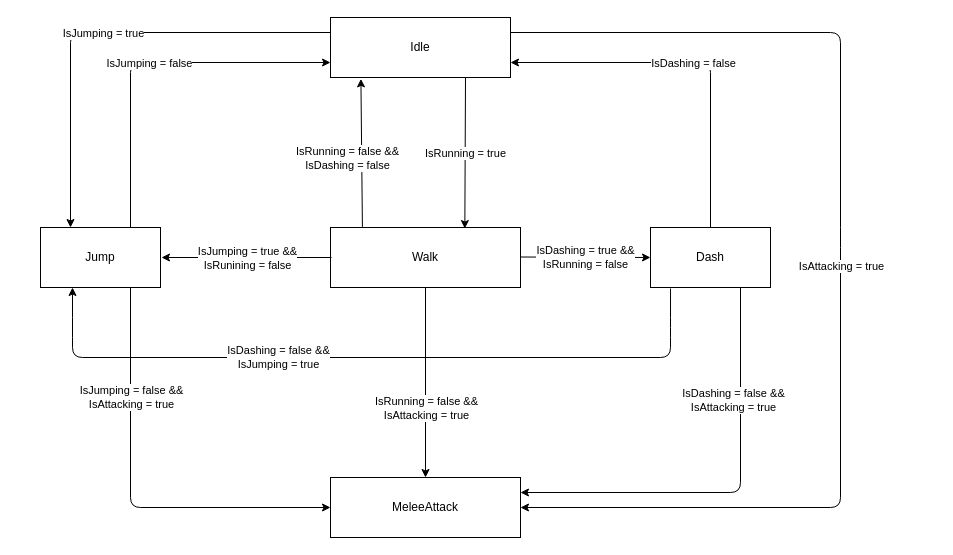
Above: Assets/Resources/PlayerStateTransitionDiagram.drawio in tai-engineer/SuperMarioClone (draw.io), before the change. Source tidied: cells renumbered, new cells numbered last; positions are measured from the earlier drawing's top-left corner, leaving out a move shared by most shapes. Both pictures are drawn from the tidied source at 100%, with x=0, y=0 at pixel (40, 17).
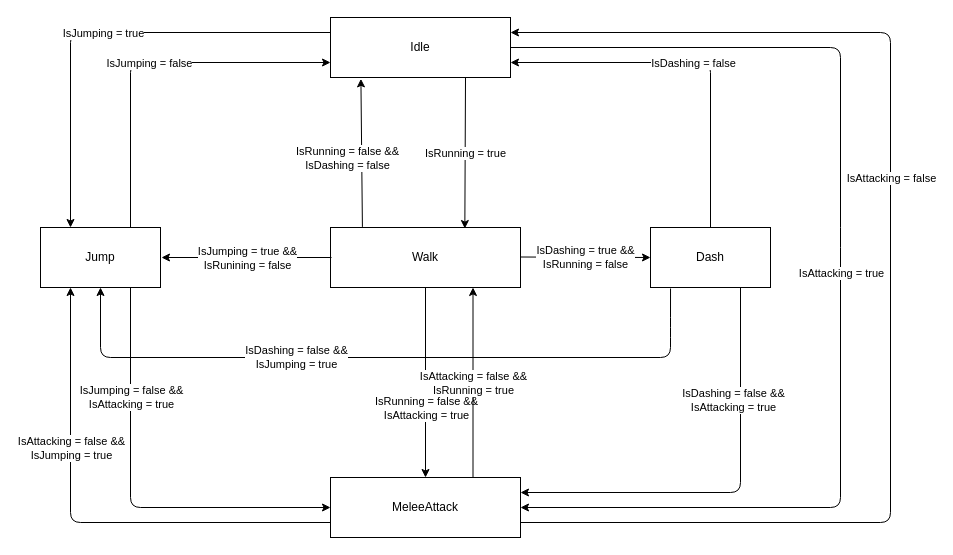
After the change.

The change refers to these unchanged cells:
```xml
<mxCell id="2" value="Walk" style="rounded=0;whiteSpace=wrap;html=1;" parent="1" vertex="1">
  <mxGeometry x="290" y="210" width="190" height="60" as="geometry" />
</mxCell>
<mxCell id="3" value="Idle" style="rounded=0;whiteSpace=wrap;html=1;" parent="1" vertex="1">
  <mxGeometry x="290" width="180" height="60" as="geometry" />
</mxCell>
<mxCell id="4" value="Jump" style="rounded=0;whiteSpace=wrap;html=1;" parent="1" vertex="1">
  <mxGeometry y="210" width="120" height="60" as="geometry" />
</mxCell>
<mxCell id="5" value="Dash" style="rounded=0;whiteSpace=wrap;html=1;" parent="1" vertex="1">
  <mxGeometry x="610" y="210" width="120" height="60" as="geometry" />
</mxCell>
<mxCell id="6" value="MeleeAttack" style="rounded=0;whiteSpace=wrap;html=1;" parent="1" vertex="1">
  <mxGeometry x="290" y="460" width="190" height="60" as="geometry" />
</mxCell>
```

What changed in the source:
```diff
@@
-    <mxCell id="19" value="IsDashing = false &amp;amp;&amp;amp;&lt;br&gt;IsJumping = true" style="endArrow=classic;html=1;exitX=0.167;exitY=1.017;exitDx=0;exitDy=0;entryX=0.25;entryY=1;entryDx=0;entryDy=0;exitPerimeter=0;" parent="1" edge="1" source="5">
+    <mxCell id="19" value="IsDashing = false &amp;amp;&amp;amp;&lt;br&gt;IsJumping = true" style="endArrow=classic;html=1;exitX=0.167;exitY=1.017;exitDx=0;exitDy=0;entryX=0.5;entryY=1;entryDx=0;entryDy=0;exitPerimeter=0;" parent="1" edge="1" source="5" target="4">
       <mxGeometry x="0.25" relative="1" as="geometry">
-        <mxPoint x="32" y="270" as="targetPoint" />
         <Array as="points">
           <mxPoint x="630" y="310" />
           <mxPoint x="630" y="340" />
-          <mxPoint x="32" y="340" />
-          <mxPoint x="32" y="310" />
+          <mxPoint x="60" y="340" />
         </Array>
       </mxGeometry>
     </mxCell>
@@
-    <mxCell id="24" style="endArrow=classic;html=1;exitX=1;exitY=0.25;exitDx=0;exitDy=0;entryX=1;entryY=0.5;entryDx=0;entryDy=0;" parent="1" edge="1" source="3" target="6">
+    <mxCell id="24" style="endArrow=classic;html=1;exitX=1;exitY=0.5;exitDx=0;exitDy=0;entryX=1;entryY=0.5;entryDx=0;entryDy=0;" parent="1" edge="1" source="3" target="6">
       <mxGeometry relative="1" as="geometry">
         <Array as="points">
-          <mxPoint x="800" y="15" />
+          <mxPoint x="800" y="30" />
           <mxPoint x="800" y="220" />
           <mxPoint x="800" y="490" />
         </Array>
       </mxGeometry>
     </mxCell>
@@
+    <mxCell id="30" style="endArrow=classic;html=1;exitX=1;exitY=0.75;exitDx=0;exitDy=0;entryX=1;entryY=0.25;entryDx=0;entryDy=0;" parent="1" edge="1" source="6" target="3">
+      <mxGeometry relative="1" as="geometry">
+        <Array as="points">
+          <mxPoint x="850" y="505" />
+          <mxPoint x="850" y="15" />
+        </Array>
+      </mxGeometry>
+    </mxCell>
+    <mxCell id="31" value="IsAttacking = false" style="edgeLabel;html=1;align=center;verticalAlign=middle;" parent="30" vertex="1">
+      <mxGeometry relative="1" as="geometry">
+        <mxPoint y="-95" as="offset" />
+      </mxGeometry>
+    </mxCell>
+    <mxCell id="32" style="endArrow=classic;html=1;exitX=0.75;exitY=0;exitDx=0;exitDy=0;entryX=0.75;entryY=1;entryDx=0;entryDy=0;" parent="1" edge="1" source="6" target="2">
+      <mxGeometry relative="1" as="geometry" />
+    </mxCell>
+    <mxCell id="33" value="IsAttacking = false &amp;amp;&amp;amp;&lt;br&gt;IsRunning = true" style="edgeLabel;html=1;align=center;verticalAlign=middle;" parent="32" vertex="1">
+      <mxGeometry relative="1" as="geometry" />
+    </mxCell>
+    <mxCell id="34" style="endArrow=classic;html=1;exitX=0;exitY=0.75;exitDx=0;exitDy=0;entryX=0.25;entryY=1;entryDx=0;entryDy=0;" parent="1" edge="1" source="6" target="4">
+      <mxGeometry relative="1" as="geometry">
+        <Array as="points">
+          <mxPoint x="30" y="505" />
+        </Array>
+      </mxGeometry>
+    </mxCell>
+    <mxCell id="35" value="IsAttacking = false &amp;amp;&amp;amp;&lt;br&gt;IsJumping = true" style="edgeLabel;html=1;align=center;verticalAlign=middle;" parent="34" vertex="1">
+      <mxGeometry relative="1" as="geometry">
+        <mxPoint x="-12" y="-75" as="offset" />
+      </mxGeometry>
+    </mxCell>
```
